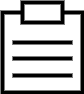
This is PNTZ.Mufta.App/Images/Buttons/Recipe.drawio.png from AlexFrick92/PNTZ.Mufta, a draw.io export, as it was before one commit. Source tidied: cells renumbered, new cells last; positions are measured from the earlier drawing's top-left corner, leaving out a move shared by most shapes.
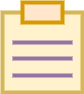
The same file after the commit.

Diff of the diagram source:
```diff
@@ -2,24 +2,24 @@
   <root>
     <mxCell id="0" />
     <mxCell id="1" parent="0" />
-    <mxCell id="2" style="rounded=0;whiteSpace=wrap;html=1;strokeWidth=4;" parent="1" vertex="1">
+    <mxCell id="2" style="rounded=0;whiteSpace=wrap;html=1;strokeWidth=4;fillColor=#fff2cc;strokeColor=#d6b656;" parent="1" vertex="1">
       <mxGeometry y="10" width="80" height="80" as="geometry" />
     </mxCell>
-    <mxCell id="3" style="endArrow=none;html=1;entryX=0.875;entryY=0.375;entryDx=0;entryDy=0;entryPerimeter=0;strokeWidth=4;" parent="1" edge="1" target="2">
+    <mxCell id="3" style="endArrow=none;html=1;entryX=0.875;entryY=0.375;entryDx=0;entryDy=0;entryPerimeter=0;strokeWidth=4;fillColor=#e1d5e7;strokeColor=#9673a6;" parent="1" edge="1" target="2">
       <mxGeometry relative="1" as="geometry">
         <mxPoint x="10" y="40" as="sourcePoint" />
       </mxGeometry>
     </mxCell>
-    <mxCell id="4" style="rounded=0;whiteSpace=wrap;html=1;strokeWidth=4;" parent="1" vertex="1">
+    <mxCell id="4" style="rounded=0;whiteSpace=wrap;html=1;strokeWidth=4;fillColor=#ffe6cc;strokeColor=#d79b00;" parent="1" vertex="1">
       <mxGeometry x="20" width="40" height="20" as="geometry" />
     </mxCell>
-    <mxCell id="5" style="endArrow=none;html=1;entryX=0.875;entryY=0.375;entryDx=0;entryDy=0;entryPerimeter=0;strokeWidth=4;" parent="1" edge="1">
+    <mxCell id="5" style="endArrow=none;html=1;entryX=0.875;entryY=0.375;entryDx=0;entryDy=0;entryPerimeter=0;strokeWidth=4;fillColor=#e1d5e7;strokeColor=#9673a6;" parent="1" edge="1">
       <mxGeometry relative="1" as="geometry">
         <mxPoint x="10" y="56" as="sourcePoint" />
         <mxPoint x="70" y="56" as="targetPoint" />
       </mxGeometry>
     </mxCell>
-    <mxCell id="6" style="endArrow=none;html=1;entryX=0.875;entryY=0.375;entryDx=0;entryDy=0;entryPerimeter=0;strokeWidth=4;" parent="1" edge="1">
+    <mxCell id="6" style="endArrow=none;html=1;entryX=0.875;entryY=0.375;entryDx=0;entryDy=0;entryPerimeter=0;strokeWidth=4;fillColor=#e1d5e7;strokeColor=#9673a6;" parent="1" edge="1">
       <mxGeometry relative="1" as="geometry">
         <mxPoint x="10" y="73" as="sourcePoint" />
         <mxPoint x="70" y="73" as="targetPoint" />
```
